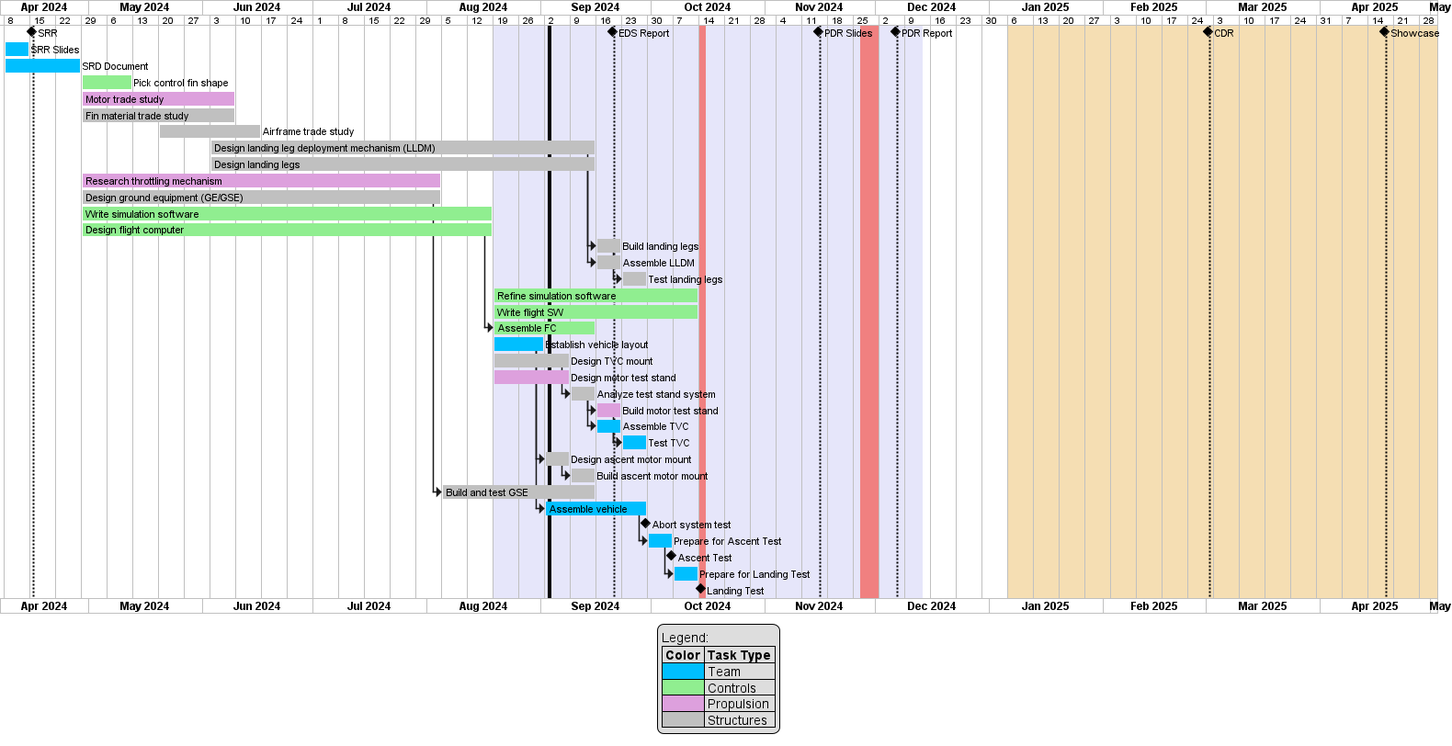
This is diagrams/out/gantt_chart.png from Laagaard/Rocket_Lander, a PlantUML export, as it was before one commit.
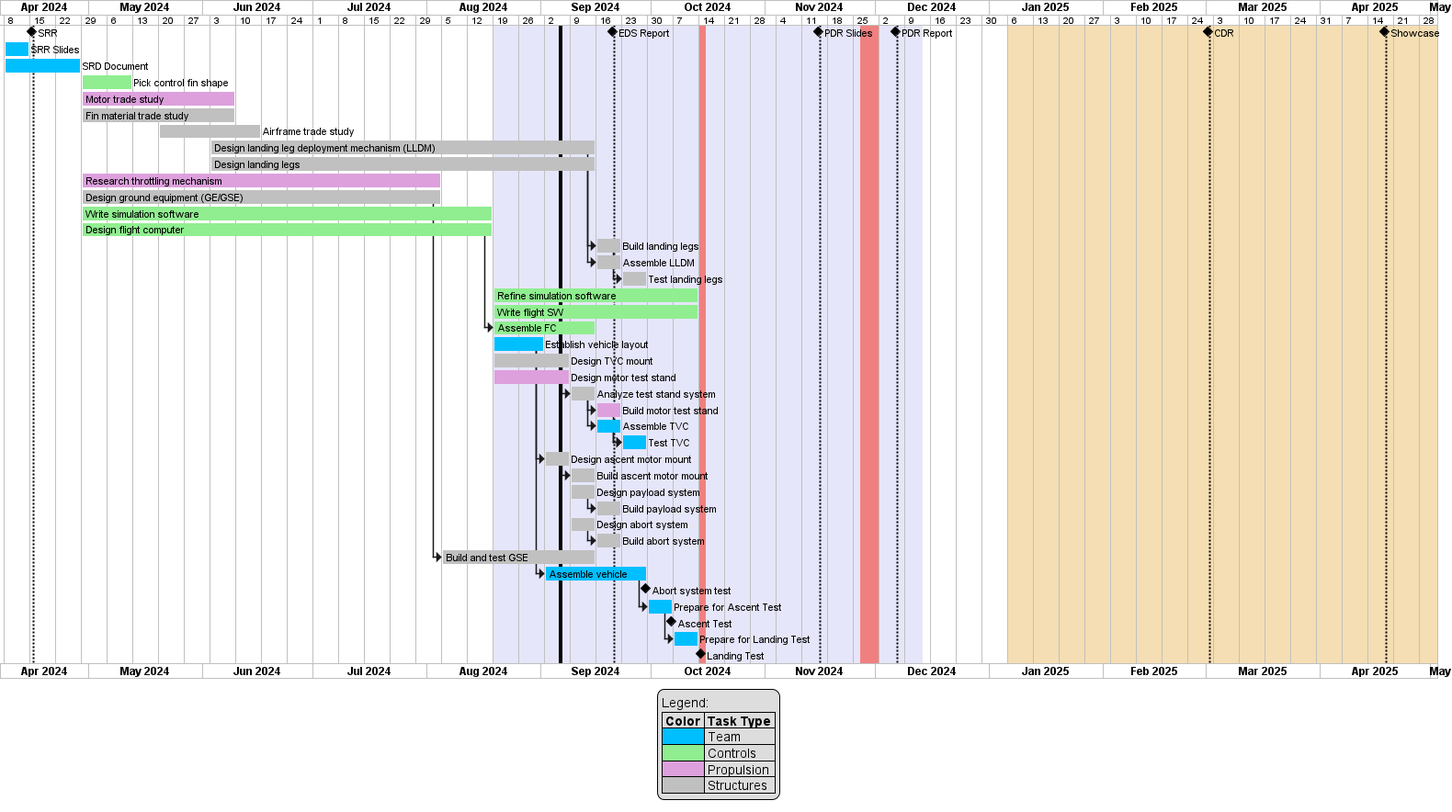
Above is the later version.

Commit message:
`diagrams`: Update Gantt chart & system hierarchy

Change to the diagram source:
```diff
@@ -73,6 +73,10 @@
 [Test TVC] requires 1 weeks and starts at [Assemble TVC]'s end and is colored in deepskyblue
 [Design ascent motor mount] requires 1 week and starts at [Establish vehicle layout]'s end and is colored in silver
 [Build ascent motor mount] requires 1 week and starts at [Design ascent motor mount]'s end and is colored in silver
+[Design payload system] requires 1 week and starts 2024-09-09 and is colored in silver
+[Build payload system] requires 1 week and starts at [Design payload system]'s end and is colored in silver
+[Design abort system] requires 1 week and starts 2024-09-09 and is colored in silver
+[Build abort system] requires 1 week and starts at [Design abort system]'s end and is colored in silver
 [Build and test GSE] requires 6 weeks and starts at [Design ground equipment (GE/GSE)]'s end and is colored in silver
 [Assemble vehicle] requires 4 weeks and starts at [Establish vehicle layout]'s end and is colored in deepskyblue
 [Abort system test] happens at [Assemble vehicle]'s end
```
